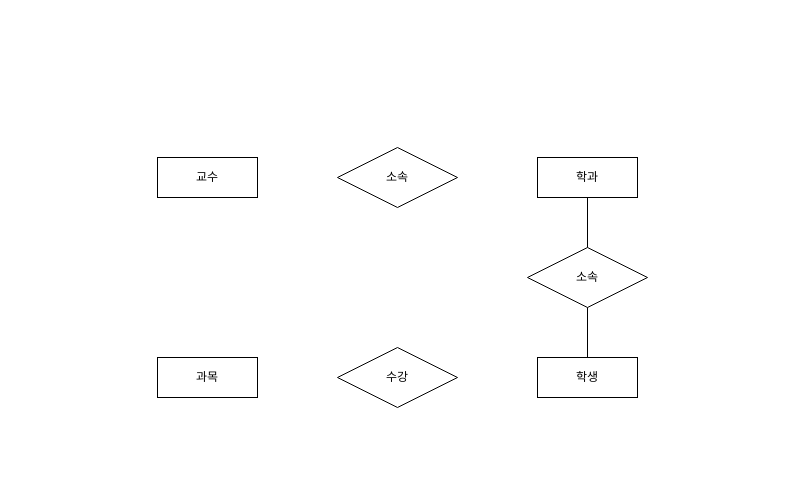
Before: 제목 없는 다이어그램.drawio in choivember/AI-LAB, a draw.io diagram. Source tidied: cells renumbered, new cells numbered last; positions are measured from the earlier drawing's top-left corner, leaving out a move shared by most shapes. Both pictures are drawn from the tidied source at 100%, with x=0, y=0 at pixel (157, 147).
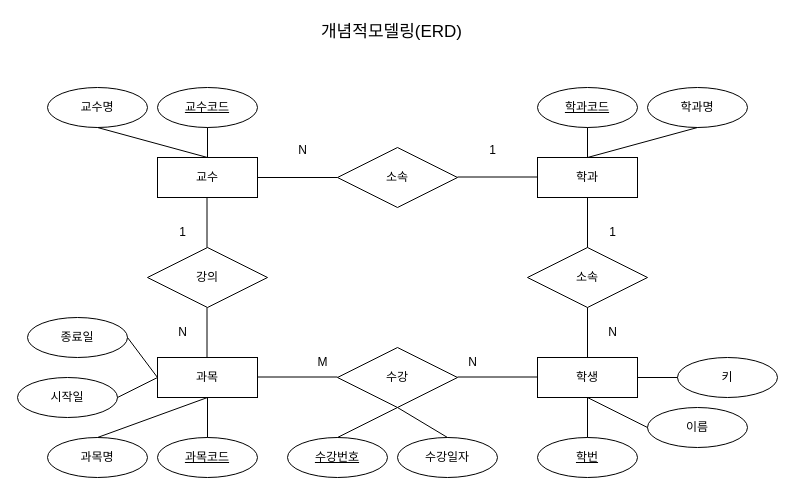
Above is the later version.

Commit message (it also covers changes not shown here):
제목 없는 다이어그램.drawio 업데이트

The change refers to these unchanged cells:
```xml
<mxCell id="2" value="학생" style="whiteSpace=wrap;html=1;align=center;" parent="1" vertex="1">
  <mxGeometry x="380" y="210" width="100" height="40" as="geometry" />
</mxCell>
<mxCell id="3" value="과목" style="whiteSpace=wrap;html=1;align=center;" parent="1" vertex="1">
  <mxGeometry y="210" width="100" height="40" as="geometry" />
</mxCell>
<mxCell id="4" value="학과" style="whiteSpace=wrap;html=1;align=center;" parent="1" vertex="1">
  <mxGeometry x="380" y="10" width="100" height="40" as="geometry" />
</mxCell>
<mxCell id="5" value="교수" style="whiteSpace=wrap;html=1;align=center;" parent="1" vertex="1">
  <mxGeometry y="10" width="100" height="40" as="geometry" />
</mxCell>
<mxCell id="9" value="소속" style="shape=rhombus;perimeter=rhombusPerimeter;whiteSpace=wrap;html=1;align=center;" parent="1" vertex="1">
  <mxGeometry x="180" width="120" height="60" as="geometry" />
</mxCell>
```

The edit, as a diff of the source:
```diff
@@
+    <mxCell id="11" value="강의" style="shape=rhombus;perimeter=rhombusPerimeter;whiteSpace=wrap;html=1;align=center;" parent="1" vertex="1">
+      <mxGeometry x="-10" y="100" width="120" height="60" as="geometry" />
+    </mxCell>
+    <mxCell id="12" style="endArrow=none;html=1;rounded=0;exitX=1;exitY=0.5;exitDx=0;exitDy=0;entryX=0;entryY=0.5;entryDx=0;entryDy=0;" parent="1" edge="1" source="5" target="9">
+      <mxGeometry relative="1" as="geometry" />
+    </mxCell>
+    <mxCell id="13" style="endArrow=none;html=1;rounded=0;exitX=1;exitY=0.5;exitDx=0;exitDy=0;entryX=0;entryY=0.5;entryDx=0;entryDy=0;" parent="1" edge="1">
+      <mxGeometry relative="1" as="geometry">
+        <mxPoint x="300" y="29.5" as="sourcePoint" />
+        <mxPoint x="380" y="29.5" as="targetPoint" />
+      </mxGeometry>
+    </mxCell>
+    <mxCell id="14" style="endArrow=none;html=1;rounded=0;exitX=1;exitY=0.5;exitDx=0;exitDy=0;entryX=0;entryY=0.5;entryDx=0;entryDy=0;" parent="1" edge="1">
+      <mxGeometry relative="1" as="geometry">
+        <mxPoint x="300" y="229.5" as="sourcePoint" />
+        <mxPoint x="380" y="229.5" as="targetPoint" />
+      </mxGeometry>
+    </mxCell>
+    <mxCell id="15" style="endArrow=none;html=1;rounded=0;exitX=1;exitY=0.5;exitDx=0;exitDy=0;entryX=0;entryY=0.5;entryDx=0;entryDy=0;" parent="1" edge="1">
+      <mxGeometry relative="1" as="geometry">
+        <mxPoint x="100" y="229.5" as="sourcePoint" />
+        <mxPoint x="180" y="229.5" as="targetPoint" />
+      </mxGeometry>
+    </mxCell>
+    <mxCell id="16" style="endArrow=none;html=1;rounded=0;exitX=0.5;exitY=1;exitDx=0;exitDy=0;" parent="1" edge="1">
+      <mxGeometry relative="1" as="geometry">
+        <mxPoint x="49.5" y="50" as="sourcePoint" />
+        <mxPoint x="49.5" y="100" as="targetPoint" />
+      </mxGeometry>
+    </mxCell>
+    <mxCell id="17" style="endArrow=none;html=1;rounded=0;exitX=0.5;exitY=1;exitDx=0;exitDy=0;" parent="1" edge="1">
+      <mxGeometry relative="1" as="geometry">
+        <mxPoint x="49.5" y="160" as="sourcePoint" />
+        <mxPoint x="49.5" y="210" as="targetPoint" />
+      </mxGeometry>
+    </mxCell>
+    <mxCell id="18" value="학번" style="ellipse;whiteSpace=wrap;html=1;align=center;fontStyle=4;" parent="1" vertex="1">
+      <mxGeometry x="380" y="290" width="100" height="40" as="geometry" />
+    </mxCell>
+    <mxCell id="19" style="endArrow=none;html=1;rounded=0;exitX=0.5;exitY=1;exitDx=0;exitDy=0;entryX=0.5;entryY=0;entryDx=0;entryDy=0;" parent="1" edge="1" source="2" target="18">
+      <mxGeometry relative="1" as="geometry" />
+    </mxCell>
+    <mxCell id="20" value="N" style="text;html=1;align=center;verticalAlign=middle;strokeColor=none;fillColor=none;" parent="1" vertex="1">
+      <mxGeometry x="130" y="-12" width="30" height="30" as="geometry" />
+    </mxCell>
+    <mxCell id="21" value="N" style="text;html=1;align=center;verticalAlign=middle;strokeColor=none;fillColor=none;" parent="1" vertex="1">
+      <mxGeometry x="10" y="170" width="30" height="30" as="geometry" />
+    </mxCell>
+    <mxCell id="22" value="1" style="text;html=1;align=center;verticalAlign=middle;strokeColor=none;fillColor=none;" parent="1" vertex="1">
+      <mxGeometry x="10" y="70" width="30" height="30" as="geometry" />
+    </mxCell>
+    <mxCell id="23" value="M" style="text;html=1;align=center;verticalAlign=middle;strokeColor=none;fillColor=none;" parent="1" vertex="1">
+      <mxGeometry x="150" y="200" width="30" height="30" as="geometry" />
+    </mxCell>
+    <mxCell id="24" value="N" style="text;html=1;align=center;verticalAlign=middle;strokeColor=none;fillColor=none;" parent="1" vertex="1">
+      <mxGeometry x="300" y="200" width="30" height="30" as="geometry" />
+    </mxCell>
+    <mxCell id="25" value="N" style="text;html=1;align=center;verticalAlign=middle;strokeColor=none;fillColor=none;" parent="1" vertex="1">
+      <mxGeometry x="440" y="170" width="30" height="30" as="geometry" />
+    </mxCell>
+    <mxCell id="26" value="1" style="text;html=1;align=center;verticalAlign=middle;strokeColor=none;fillColor=none;" parent="1" vertex="1">
+      <mxGeometry x="440" y="70" width="30" height="30" as="geometry" />
+    </mxCell>
+    <mxCell id="27" value="1" style="text;html=1;align=center;verticalAlign=middle;strokeColor=none;fillColor=none;" parent="1" vertex="1">
+      <mxGeometry x="320" y="-12" width="30" height="30" as="geometry" />
+    </mxCell>
+    <mxCell id="28" value="교수코드" style="ellipse;whiteSpace=wrap;html=1;align=center;fontStyle=4;" parent="1" vertex="1">
+      <mxGeometry y="-60" width="100" height="40" as="geometry" />
+    </mxCell>
+    <mxCell id="29" style="endArrow=none;html=1;rounded=0;exitX=0.5;exitY=0;exitDx=0;exitDy=0;entryX=0.5;entryY=1;entryDx=0;entryDy=0;" parent="1" edge="1" source="5" target="28">
+      <mxGeometry relative="1" as="geometry" />
+    </mxCell>
+    <mxCell id="30" value="과목코드" style="ellipse;whiteSpace=wrap;html=1;align=center;fontStyle=4;" parent="1" vertex="1">
+      <mxGeometry y="290" width="100" height="40" as="geometry" />
+    </mxCell>
+    <mxCell id="31" style="endArrow=none;html=1;rounded=0;exitX=0.5;exitY=1;exitDx=0;exitDy=0;entryX=0.5;entryY=0;entryDx=0;entryDy=0;" parent="1" edge="1" target="30">
+      <mxGeometry relative="1" as="geometry">
+        <mxPoint x="50" y="250" as="sourcePoint" />
+      </mxGeometry>
+    </mxCell>
+    <mxCell id="32" value="학과코드" style="ellipse;whiteSpace=wrap;html=1;align=center;fontStyle=4;" parent="1" vertex="1">
+      <mxGeometry x="380" y="-60" width="100" height="40" as="geometry" />
+    </mxCell>
+    <mxCell id="33" style="endArrow=none;html=1;rounded=0;entryX=0.5;entryY=1;entryDx=0;entryDy=0;exitX=0.5;exitY=0;exitDx=0;exitDy=0;" parent="1" edge="1" source="4" target="32">
+      <mxGeometry relative="1" as="geometry" />
+    </mxCell>
+    <mxCell id="34" value="수강번호" style="ellipse;whiteSpace=wrap;html=1;align=center;fontStyle=4;" parent="1" vertex="1">
+      <mxGeometry x="130" y="290" width="100" height="40" as="geometry" />
+    </mxCell>
+    <mxCell id="35" style="endArrow=none;html=1;rounded=0;exitX=0.5;exitY=1;exitDx=0;exitDy=0;entryX=0.5;entryY=0;entryDx=0;entryDy=0;" parent="1" edge="1" target="34">
+      <mxGeometry relative="1" as="geometry">
+        <mxPoint x="240" y="260" as="sourcePoint" />
+      </mxGeometry>
+    </mxCell>
+    <mxCell id="36" value="교수명" style="ellipse;whiteSpace=wrap;html=1;align=center;" parent="1" vertex="1">
+      <mxGeometry x="-110" y="-60" width="100" height="40" as="geometry" />
+    </mxCell>
+    <mxCell id="37" style="endArrow=none;html=1;rounded=0;entryX=0.5;entryY=1;entryDx=0;entryDy=0;" parent="1" edge="1" target="36">
+      <mxGeometry relative="1" as="geometry">
+        <mxPoint x="50" y="10" as="sourcePoint" />
+      </mxGeometry>
+    </mxCell>
+    <mxCell id="38" value="과목명" style="ellipse;whiteSpace=wrap;html=1;align=center;" parent="1" vertex="1">
+      <mxGeometry x="-110" y="290" width="100" height="40" as="geometry" />
+    </mxCell>
+    <mxCell id="39" style="endArrow=none;html=1;rounded=0;entryX=0.5;entryY=0;entryDx=0;entryDy=0;" parent="1" edge="1" target="38">
+      <mxGeometry relative="1" as="geometry">
+        <mxPoint x="50" y="250" as="sourcePoint" />
+      </mxGeometry>
+    </mxCell>
+    <mxCell id="40" value="수강일자" style="ellipse;whiteSpace=wrap;html=1;align=center;" parent="1" vertex="1">
+      <mxGeometry x="240" y="290" width="100" height="40" as="geometry" />
+    </mxCell>
+    <mxCell id="41" style="endArrow=none;html=1;rounded=0;" parent="1" edge="1">
+      <mxGeometry relative="1" as="geometry">
+        <mxPoint x="240" y="260" as="sourcePoint" />
+        <mxPoint x="290" y="290" as="targetPoint" />
+      </mxGeometry>
+    </mxCell>
+    <mxCell id="42" value="학과명" style="ellipse;whiteSpace=wrap;html=1;align=center;" parent="1" vertex="1">
+      <mxGeometry x="490" y="-60" width="100" height="40" as="geometry" />
+    </mxCell>
+    <mxCell id="43" style="endArrow=none;html=1;rounded=0;entryX=0.5;entryY=1;entryDx=0;entryDy=0;" parent="1" edge="1" target="42">
+      <mxGeometry relative="1" as="geometry">
+        <mxPoint x="430" y="10" as="sourcePoint" />
+      </mxGeometry>
+    </mxCell>
+    <mxCell id="44" value="이름" style="ellipse;whiteSpace=wrap;html=1;align=center;" parent="1" vertex="1">
+      <mxGeometry x="490" y="260" width="100" height="40" as="geometry" />
+    </mxCell>
+    <mxCell id="45" value="키" style="ellipse;whiteSpace=wrap;html=1;align=center;" parent="1" vertex="1">
+      <mxGeometry x="520" y="210" width="100" height="40" as="geometry" />
+    </mxCell>
+    <mxCell id="46" style="endArrow=none;html=1;rounded=0;exitX=0.5;exitY=1;exitDx=0;exitDy=0;entryX=0;entryY=0.5;entryDx=0;entryDy=0;" parent="1" edge="1" source="2" target="44">
+      <mxGeometry relative="1" as="geometry" />
+    </mxCell>
+    <mxCell id="47" style="endArrow=none;html=1;rounded=0;exitX=1;exitY=0.5;exitDx=0;exitDy=0;entryX=0;entryY=0.5;entryDx=0;entryDy=0;" parent="1" edge="1" source="2" target="45">
+      <mxGeometry relative="1" as="geometry" />
+    </mxCell>
+    <mxCell id="48" value="시작일" style="ellipse;whiteSpace=wrap;html=1;align=center;" parent="1" vertex="1">
+      <mxGeometry x="-140" y="230" width="100" height="40" as="geometry" />
+    </mxCell>
+    <mxCell id="49" value="종료일" style="ellipse;whiteSpace=wrap;html=1;align=center;" parent="1" vertex="1">
+      <mxGeometry x="-130" y="170" width="100" height="40" as="geometry" />
+    </mxCell>
+    <mxCell id="50" style="endArrow=none;html=1;rounded=0;entryX=1;entryY=0.5;entryDx=0;entryDy=0;exitX=0;exitY=0.5;exitDx=0;exitDy=0;" parent="1" edge="1" source="3" target="48">
+      <mxGeometry relative="1" as="geometry" />
+    </mxCell>
+    <mxCell id="51" style="endArrow=none;html=1;rounded=0;entryX=1;entryY=0.5;entryDx=0;entryDy=0;" parent="1" edge="1" target="49">
+      <mxGeometry relative="1" as="geometry">
+        <mxPoint y="230" as="sourcePoint" />
+      </mxGeometry>
+    </mxCell>
+    <mxCell id="52" value="개념적모델링(ERD)" style="text;html=1;align=center;verticalAlign=middle;strokeColor=none;fillColor=none;fontSize=17;" parent="1" vertex="1">
+      <mxGeometry x="154" y="-130" width="160" height="30" as="geometry" />
+    </mxCell>
```
